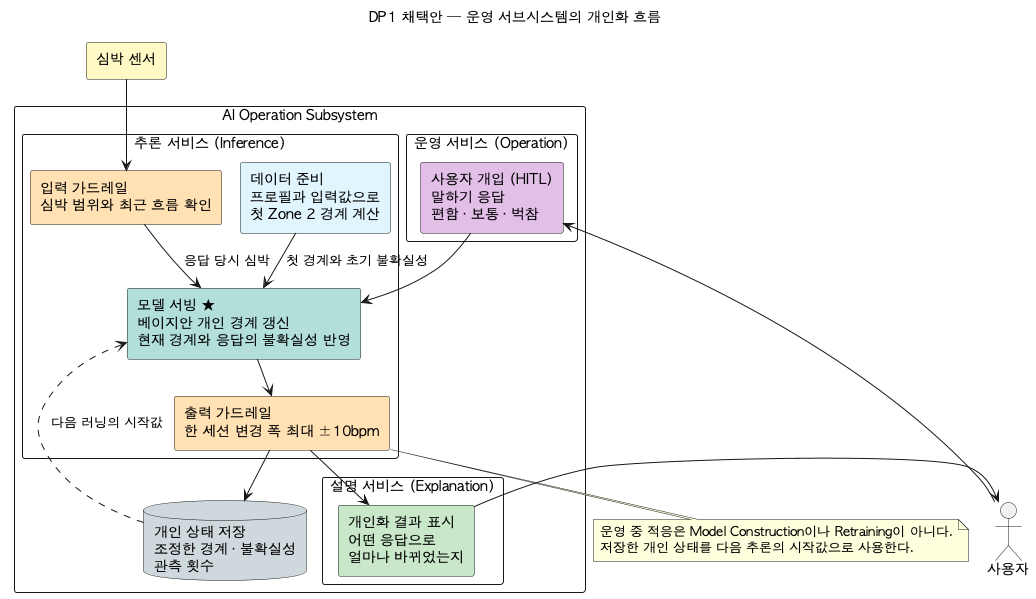
tenyearslove/zone2runner keeps this PlantUML diagram as arch/dp/dp-03-adaptability/images/dp-03-adaptability-detail.png. Above is the earlier version.
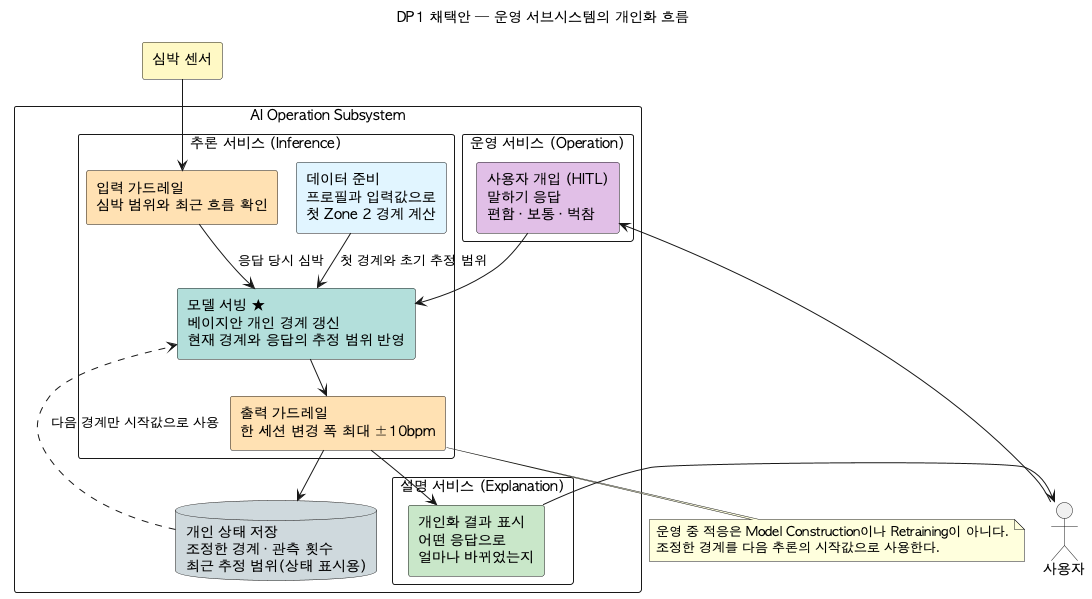
After the commit.

Change to the diagram source:
```diff
@@ -18,9 +18,9 @@
   package "추론 서비스 (Inference)" {
     component "데이터 준비\n프로필과 입력값으로\n첫 Zone 2 경계 계산" as PREP #E1F5FE
     component "입력 가드레일\n심박 범위와 최근 흐름 확인" as INPUT #FFE0B2
-    component "모델 서빙 ★\n베이지안 개인 경계 갱신\n현재 경계와 응답의 불확실성 반영" as UPDATE #B2DFDB
+    component "모델 서빙 ★\n베이지안 개인 경계 갱신\n현재 경계와 응답의 추정 범위 반영" as UPDATE #B2DFDB
     component "출력 가드레일\n한 세션 변경 폭 최대 ±10bpm" as OUTPUT #FFE0B2
-    PREP --> UPDATE : 첫 경계와 초기 불확실성
+    PREP --> UPDATE : 첫 경계와 초기 추정 범위
     INPUT --> UPDATE : 응답 당시 심박
     UPDATE --> OUTPUT
   }
@@ -33,19 +33,19 @@
     component "개인화 결과 표시\n어떤 응답으로\n얼마나 바뀌었는지" as EXPLAIN #C8E6C9
   }
 
-  database "개인 상태 저장\n조정한 경계 · 불확실성\n관측 횟수" as STORE #CFD8DC
+  database "개인 상태 저장\n조정한 경계 · 관측 횟수\n최근 추정 범위(상태 표시용)" as STORE #CFD8DC
 }
 
 SENSOR --> INPUT
 USER -left-> TALK
 TALK --> UPDATE
 OUTPUT --> STORE
-STORE ..> UPDATE : 다음 러닝의 시작값
+STORE ..> UPDATE : 다음 경계만 시작값으로 사용
 OUTPUT --> EXPLAIN
 EXPLAIN -right-> USER
 
 note bottom of OUTPUT
   운영 중 적응은 Model Construction이나 Retraining이 아니다.
-  저장한 개인 상태를 다음 추론의 시작값으로 사용한다.
+  조정한 경계를 다음 추론의 시작값으로 사용한다.
 end note
 @enduml
```
